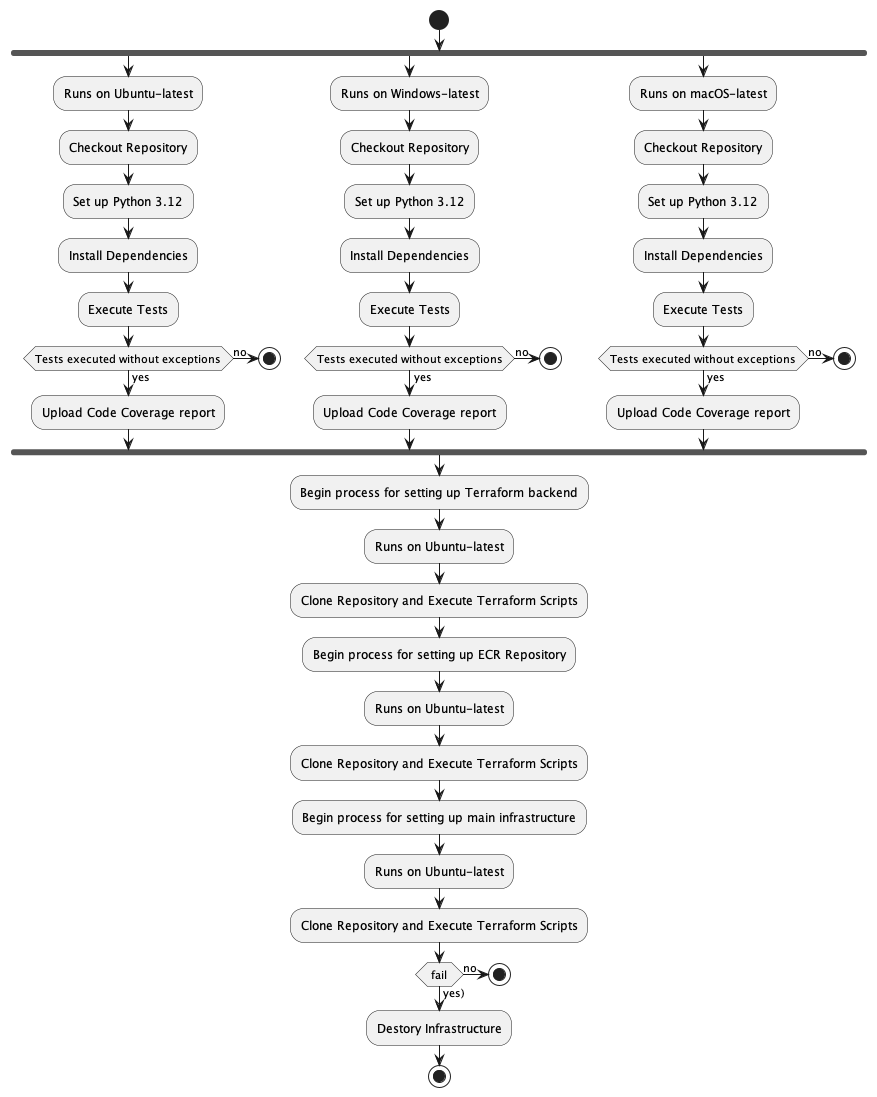
Before: SSG-API-Testing-Application-v2/docs/assets/developer-guide/CICDActivityDiagram.png, a diagram exported from PlantUML (ssg-wsg/Sample-Codes).
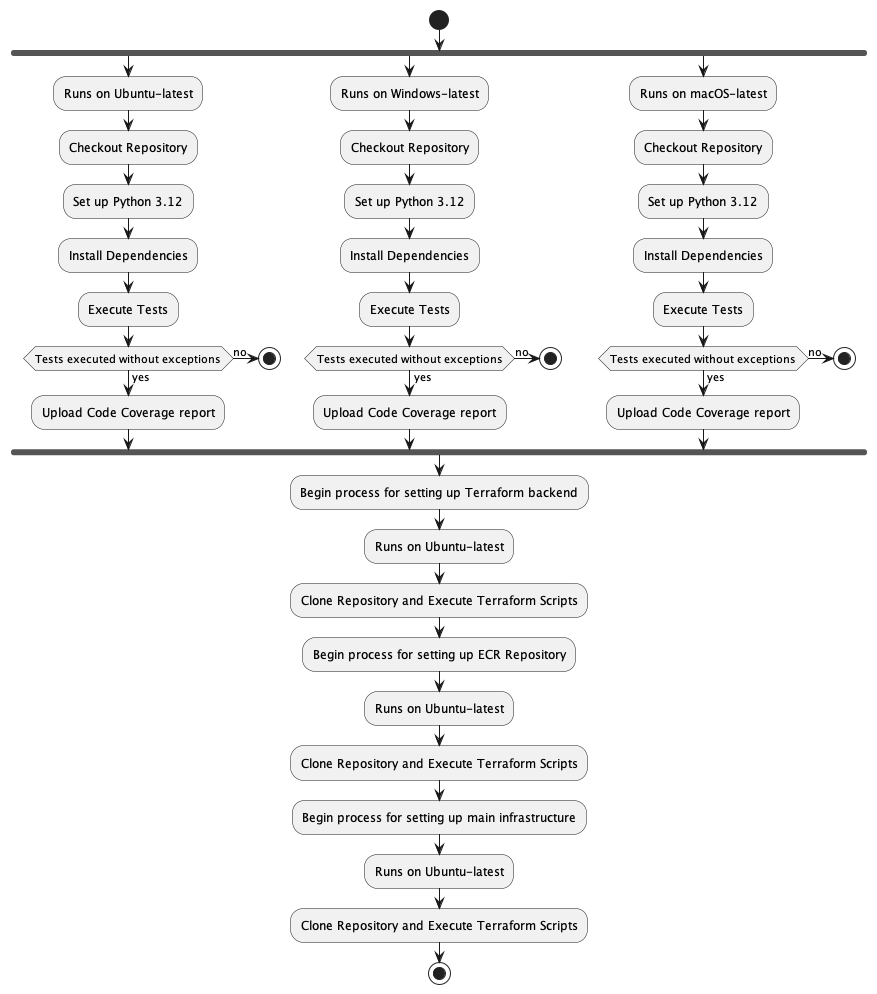
After the commit.

Diff of the diagram source:
```diff
@@ -53,12 +53,6 @@
 :Runs on Ubuntu-latest;
 :Clone Repository and Execute Terraform Scripts;
 
-if (fail) then (yes))
-    :Destory Infrastructure;
-else (no)
-    stop
-endif
-
 stop
 
 @enduml
```
